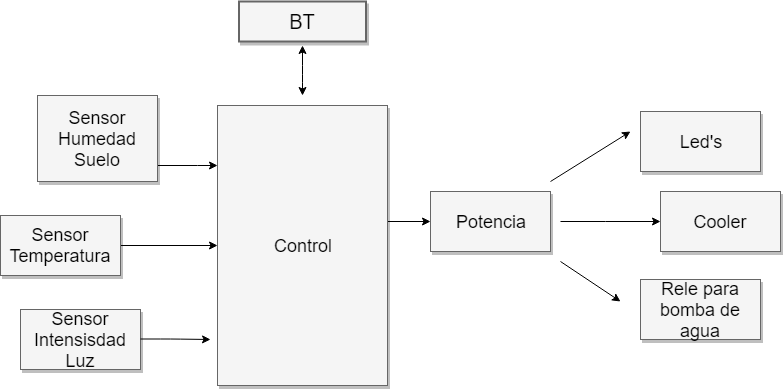
Earlier version of the draw.io export Sistema-Embebido/Diagramas/diagramaFuncional.png (jsvalenzuela/Terrarium). Source tidied: cells renumbered, new cells last; positions are measured from the earlier drawing's top-left corner, leaving out a move shared by most shapes.
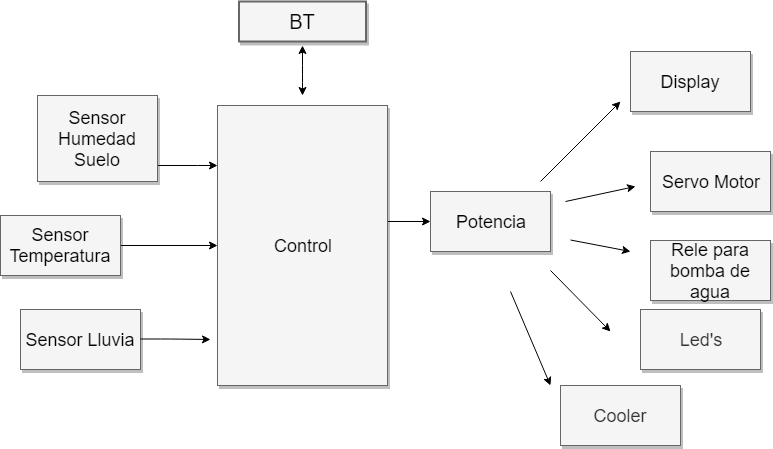
Later version of the same file.

Commit message:
se modifican diagramas

Change to the diagram source:
```diff
@@ -5,28 +5,20 @@
     <mxCell id="2" value="BT" style="whiteSpace=wrap;html=1;shadow=1;fontSize=20;fillColor=#f5f5f5;strokeColor=#666666;strokeWidth=2;" parent="1" vertex="1">
       <mxGeometry x="238.5" width="127" height="40" as="geometry" />
     </mxCell>
-    <mxCell id="3" style="edgeStyle=elbowEdgeStyle;rounded=0;html=1;startArrow=none;startFill=0;jettySize=auto;fontSize=18;elbow=vertical;" parent="1" edge="1" target="7">
-      <mxGeometry relative="1" as="geometry">
-        <mxPoint x="560" y="220" as="sourcePoint" />
-        <Array as="points">
-          <mxPoint x="605" y="220" />
-        </Array>
-      </mxGeometry>
-    </mxCell>
     <mxCell id="4" style="edgeStyle=elbowEdgeStyle;rounded=0;html=1;startArrow=none;startFill=0;jettySize=auto;fontSize=18;elbow=vertical;" parent="1" edge="1" source="5" target="9">
       <mxGeometry relative="1" as="geometry" />
     </mxCell>
     <mxCell id="5" value="Control&lt;br&gt;" style="whiteSpace=wrap;html=1;shadow=1;fontSize=18;fillColor=#f5f5f5;strokeColor=#666666;" parent="1" vertex="1">
       <mxGeometry x="217" y="104" width="170" height="280" as="geometry" />
     </mxCell>
-    <mxCell id="6" value="Led's" style="whiteSpace=wrap;html=1;shadow=1;fontSize=18;fillColor=#f5f5f5;strokeColor=#666666;" parent="1" vertex="1">
-      <mxGeometry x="640" y="110" width="120" height="60" as="geometry" />
+    <mxCell id="6" value="Display" style="whiteSpace=wrap;html=1;shadow=1;fontSize=18;fillColor=#f5f5f5;strokeColor=#666666;" parent="1" vertex="1">
+      <mxGeometry x="630" y="50" width="120" height="60" as="geometry" />
     </mxCell>
-    <mxCell id="7" value="Cooler" style="whiteSpace=wrap;html=1;shadow=1;fontSize=18;fillColor=#f5f5f5;strokeColor=#666666;" parent="1" vertex="1">
-      <mxGeometry x="660" y="190" width="120" height="60" as="geometry" />
+    <mxCell id="7" value="Servo Motor" style="whiteSpace=wrap;html=1;shadow=1;fontSize=18;fillColor=#f5f5f5;strokeColor=#666666;" parent="1" vertex="1">
+      <mxGeometry x="650" y="150" width="120" height="60" as="geometry" />
     </mxCell>
     <mxCell id="8" value="Rele para bomba de agua" style="whiteSpace=wrap;html=1;shadow=1;fontSize=18;fillColor=#f5f5f5;strokeColor=#666666;" parent="1" vertex="1">
-      <mxGeometry x="640" y="278" width="120" height="60" as="geometry" />
+      <mxGeometry x="650" y="239" width="120" height="60" as="geometry" />
     </mxCell>
     <mxCell id="9" value="Potencia" style="whiteSpace=wrap;html=1;shadow=1;fontSize=18;fillColor=#f5f5f5;strokeColor=#666666;" parent="1" vertex="1">
       <mxGeometry x="430" y="190" width="120" height="60" as="geometry" />
@@ -47,7 +39,7 @@
     <mxCell id="13" value="Sensor Temperatura" style="whiteSpace=wrap;html=1;shadow=1;fontSize=18;fillColor=#f5f5f5;strokeColor=#666666;" parent="1" vertex="1">
       <mxGeometry y="214" width="120" height="60" as="geometry" />
     </mxCell>
-    <mxCell id="14" value="Sensor Intensisdad Luz" style="whiteSpace=wrap;html=1;shadow=1;fontSize=18;fillColor=#f5f5f5;strokeColor=#666666;" parent="1" vertex="1">
+    <mxCell id="14" value="Sensor Lluvia" style="whiteSpace=wrap;html=1;shadow=1;fontSize=18;fillColor=#f5f5f5;strokeColor=#666666;" parent="1" vertex="1">
       <mxGeometry x="20" y="308" width="120" height="60" as="geometry" />
     </mxCell>
     <mxCell id="15" style="endArrow=classic;html=1;" parent="1" edge="1">
@@ -68,17 +60,41 @@
         </Array>
       </mxGeometry>
     </mxCell>
-    <mxCell id="17" style="endArrow=classic;html=1;" parent="1" edge="1">
-      <mxGeometry relative="1" as="geometry">
-        <mxPoint x="550" y="180" as="sourcePoint" />
-        <mxPoint x="630" y="130" as="targetPoint" />
-      </mxGeometry>
-    </mxCell>
-    <mxCell id="18" style="endArrow=classic;html=1;" parent="1" edge="1">
-      <mxGeometry relative="1" as="geometry">
-        <mxPoint x="560" y="260" as="sourcePoint" />
-        <mxPoint x="620" y="300" as="targetPoint" />
-      </mxGeometry>
-    </mxCell>
+    <mxCell id="19" value="&lt;font style=&quot;font-size: 18px&quot;&gt;Led's&lt;/font&gt;" style="rounded=0;whiteSpace=wrap;html=1;fillColor=#f5f5f5;strokeColor=#666666;fontColor=#333333;shadow=1;" parent="1" vertex="1">
+      <mxGeometry x="640" y="308" width="120" height="60" as="geometry" />
+    </mxCell>
+    <mxCell id="20" value="&lt;font style=&quot;font-size: 18px&quot;&gt;Cooler&lt;/font&gt;" style="rounded=0;whiteSpace=wrap;html=1;shadow=1;fillColor=#f5f5f5;strokeColor=#666666;fontColor=#333333;" parent="1" vertex="1">
+      <mxGeometry x="560" y="384" width="120" height="60" as="geometry" />
+    </mxCell>
+    <mxCell id="21" style="endArrow=classic;html=1;" parent="1" edge="1">
+      <mxGeometry relative="1" as="geometry">
+        <mxPoint x="540" y="180" as="sourcePoint" />
+        <mxPoint x="620" y="100" as="targetPoint" />
+      </mxGeometry>
+    </mxCell>
+    <mxCell id="22" style="endArrow=classic;html=1;" parent="1" edge="1">
+      <mxGeometry relative="1" as="geometry">
+        <mxPoint x="565" y="200" as="sourcePoint" />
+        <mxPoint x="635" y="185" as="targetPoint" />
+      </mxGeometry>
+    </mxCell>
+    <mxCell id="23" style="endArrow=classic;html=1;" parent="1" edge="1">
+      <mxGeometry relative="1" as="geometry">
+        <mxPoint x="570" y="238.5" as="sourcePoint" />
+        <mxPoint x="630" y="250" as="targetPoint" />
+      </mxGeometry>
+    </mxCell>
+    <mxCell id="24" style="endArrow=classic;html=1;" parent="1" edge="1">
+      <mxGeometry relative="1" as="geometry">
+        <mxPoint x="550" y="269" as="sourcePoint" />
+        <mxPoint x="610" y="330" as="targetPoint" />
+      </mxGeometry>
+    </mxCell>
+    <mxCell id="25" style="endArrow=classic;html=1;" parent="1" edge="1">
+      <mxGeometry relative="1" as="geometry">
+        <mxPoint x="510" y="290" as="sourcePoint" />
+        <mxPoint x="550" y="384" as="targetPoint" />
+      </mxGeometry>
+    </mxCell>
   </root>
 </mxGraphModel>
```
